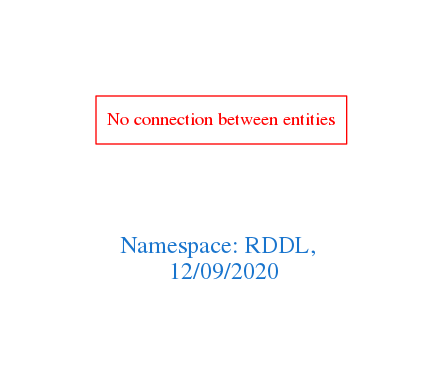
arago/OGIT keeps this Graphviz diagram as downloads/RDDL.png. Above is the earlier version. Its source is kept beside it as downloads/RDDL.dot.
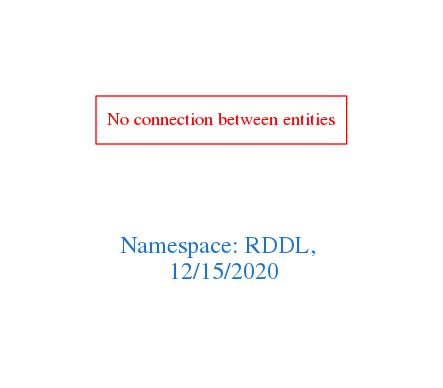
Above is the later version.

Diff of the diagram source:
```diff
@@ -1,7 +1,7 @@
 digraph OGIT_ontology {
  graph [ rankdir= LR,pad=1
 fontsize = 18,
-fontcolor= dodgerblue3,label = "\n\n\nNamespace: RDDL, \n 12/09/2020"];
+fontcolor= dodgerblue3,label = "\n\n\nNamespace: RDDL, \n 12/15/2020"];
 node[shape=polygon];
 edge [  color="gray81"];
 
```
